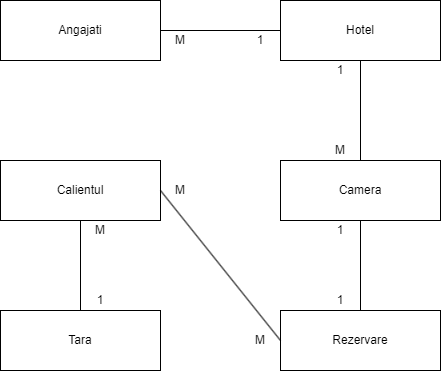
The draw.io diagram diag1.png in yanastany/JavaWeb, before a commit. Source tidied: cells renumbered, new cells last; positions are measured from the earlier drawing's top-left corner, leaving out a move shared by most shapes.
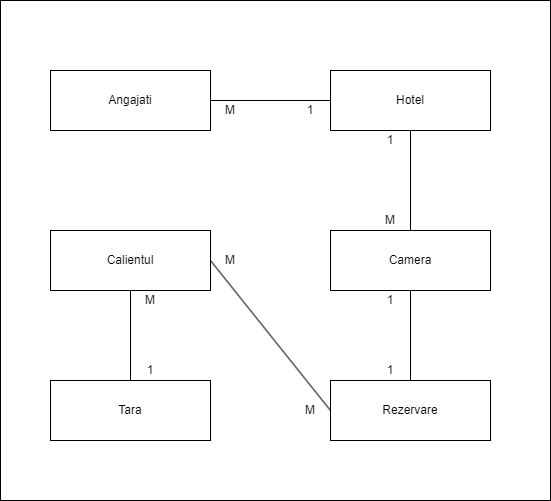
After the commit.

Change to the diagram source:
```diff
@@ -2,6 +2,9 @@
   <root>
     <mxCell id="0" />
     <mxCell id="1" parent="0" />
+    <mxCell id="23" style="rounded=0;whiteSpace=wrap;html=1;" parent="1" vertex="1">
+      <mxGeometry x="-50" y="-70" width="550" height="500" as="geometry" />
+    </mxCell>
     <mxCell id="2" value="Hotel" style="rounded=0;whiteSpace=wrap;html=1;" parent="1" vertex="1">
       <mxGeometry x="280" width="160" height="60" as="geometry" />
     </mxCell>
```
